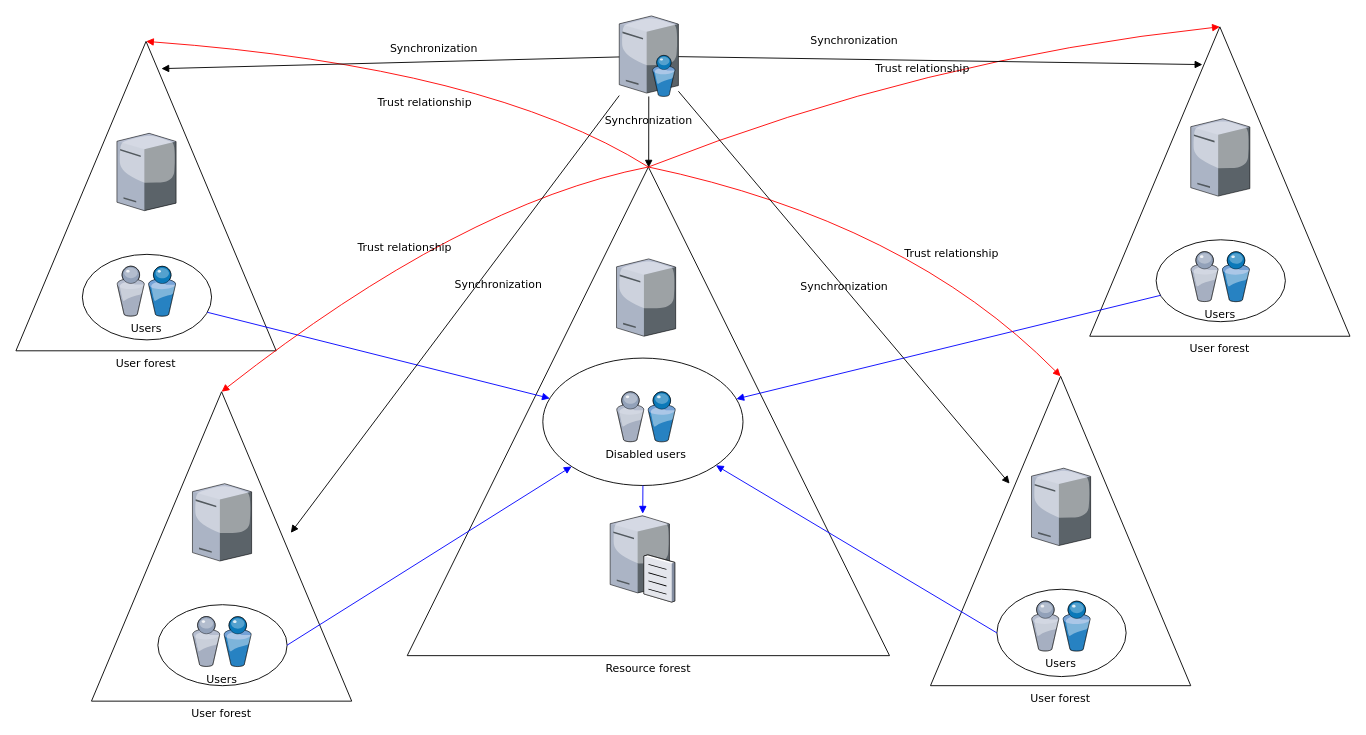
Before: Untitled Diagram.drawio in 51sec/draw, a draw.io diagram. Source tidied: cells renumbered, new cells numbered last; positions are measured from the earlier drawing's top-left corner, leaving out a move shared by most shapes. Both pictures are drawn from the tidied source at 91%, with x=0, y=0 at pixel (15, 15).
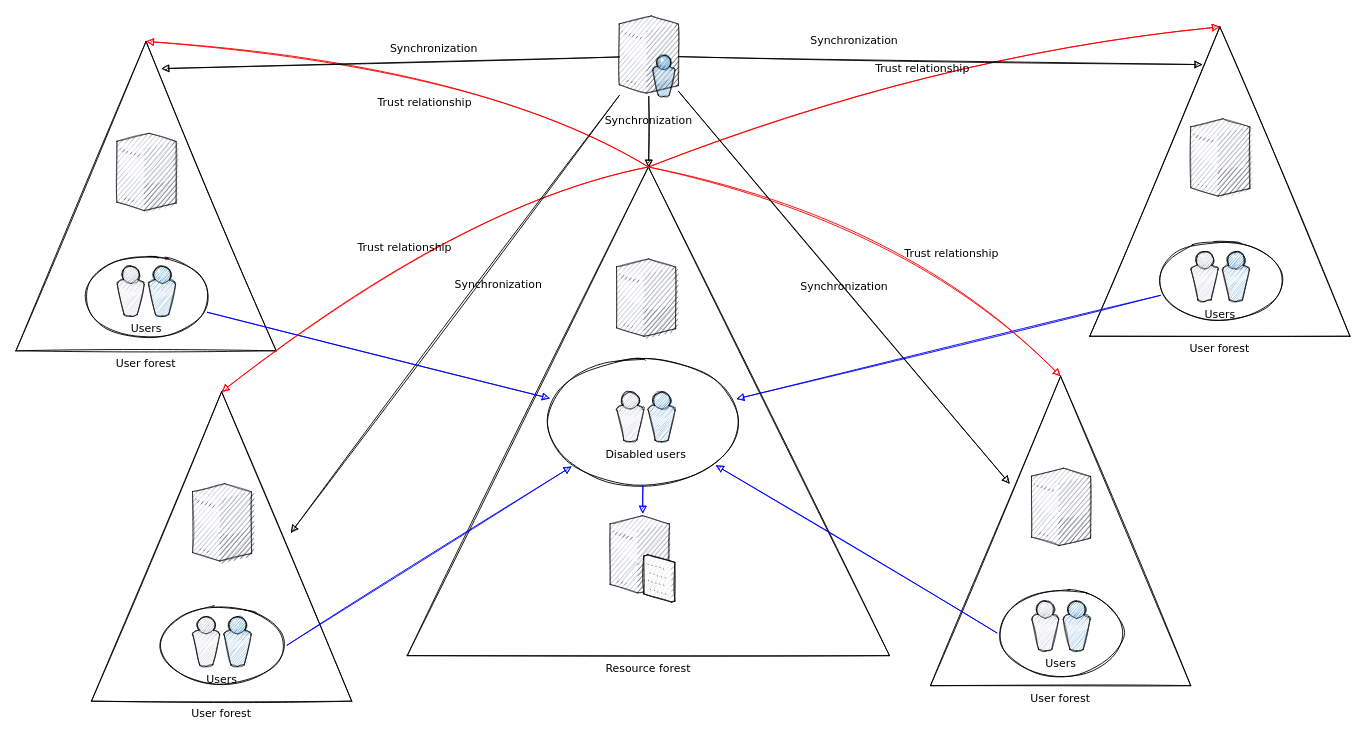
The same page after the edit.

Commit message:
Sketch Network Diagram

What changed in the source:
```diff
@@
-    <mxCell id="2" value="Resource forest" style="triangle;whiteSpace=wrap;html=1;rounded=0;shadow=0;comic=0;strokeWidth=1;fontFamily=Verdana;direction=north;labelPosition=center;verticalLabelPosition=bottom;align=center;verticalAlign=top;" parent="1" vertex="1">
+    <mxCell id="2" value="Resource forest" style="triangle;whiteSpace=wrap;html=1;rounded=0;shadow=0;comic=0;strokeWidth=1;fontFamily=Verdana;direction=north;labelPosition=center;verticalLabelPosition=bottom;align=center;verticalAlign=top;sketch=1;" parent="1" vertex="1">
       <mxGeometry x="430" y="166" width="530" height="537" as="geometry" />
     </mxCell>
-    <mxCell id="3" value="User forest" style="triangle;whiteSpace=wrap;html=1;rounded=0;shadow=0;comic=0;strokeWidth=1;fontFamily=Verdana;direction=north;labelPosition=center;verticalLabelPosition=bottom;align=center;verticalAlign=top;" parent="1" vertex="1">
+    <mxCell id="3" value="User forest" style="triangle;whiteSpace=wrap;html=1;rounded=0;shadow=0;comic=0;strokeWidth=1;fontFamily=Verdana;direction=north;labelPosition=center;verticalLabelPosition=bottom;align=center;verticalAlign=top;sketch=1;" parent="1" vertex="1">
       <mxGeometry y="28" width="286" height="340" as="geometry" />
     </mxCell>
-    <mxCell id="4" style="ellipse;whiteSpace=wrap;html=1;rounded=0;shadow=0;comic=0;strokeWidth=1;fontFamily=Verdana;" parent="1" vertex="1">
+    <mxCell id="4" style="ellipse;whiteSpace=wrap;html=1;rounded=0;shadow=0;comic=0;strokeWidth=1;fontFamily=Verdana;sketch=1;" parent="1" vertex="1">
       <mxGeometry x="73" y="262" width="142" height="94" as="geometry" />
     </mxCell>
-    <mxCell id="5" style="verticalLabelPosition=bottom;html=1;verticalAlign=top;strokeColor=none;shape=mxgraph.citrix.directory_server;rounded=0;shadow=0;comic=0;fontFamily=Verdana;" parent="1" vertex="1">
+    <mxCell id="5" style="verticalLabelPosition=bottom;html=1;verticalAlign=top;strokeColor=none;shape=mxgraph.citrix.directory_server;rounded=0;shadow=0;comic=0;fontFamily=Verdana;sketch=1;" parent="1" vertex="1">
       <mxGeometry x="663" width="65" height="88.5" as="geometry" />
     </mxCell>
-    <mxCell id="6" style="verticalLabelPosition=bottom;html=1;verticalAlign=top;strokeColor=none;shape=mxgraph.citrix.file_server;rounded=0;shadow=0;comic=0;fontFamily=Verdana;" parent="1" vertex="1">
+    <mxCell id="6" style="verticalLabelPosition=bottom;html=1;verticalAlign=top;strokeColor=none;shape=mxgraph.citrix.file_server;rounded=0;shadow=0;comic=0;fontFamily=Verdana;sketch=1;" parent="1" vertex="1">
       <mxGeometry x="653" y="547" width="71" height="97" as="geometry" />
     </mxCell>
-    <mxCell id="7" value="Users" style="verticalLabelPosition=bottom;html=1;verticalAlign=top;strokeColor=none;shape=mxgraph.citrix.users;rounded=0;shadow=0;comic=0;fontFamily=Verdana;" parent="1" vertex="1">
+    <mxCell id="7" value="Users" style="verticalLabelPosition=bottom;html=1;verticalAlign=top;strokeColor=none;shape=mxgraph.citrix.users;rounded=0;shadow=0;comic=0;fontFamily=Verdana;sketch=1;" parent="1" vertex="1">
       <mxGeometry x="111" y="275" width="64.5" height="55" as="geometry" />
     </mxCell>
-    <mxCell id="8" style="verticalLabelPosition=bottom;html=1;verticalAlign=top;strokeColor=none;shape=mxgraph.citrix.tower_server;rounded=0;shadow=0;comic=0;fontFamily=Verdana;" parent="1" vertex="1">
+    <mxCell id="8" style="verticalLabelPosition=bottom;html=1;verticalAlign=top;strokeColor=none;shape=mxgraph.citrix.tower_server;rounded=0;shadow=0;comic=0;fontFamily=Verdana;sketch=1;" parent="1" vertex="1">
       <mxGeometry x="111" y="129" width="65" height="85" as="geometry" />
     </mxCell>
-    <mxCell id="9" style="ellipse;whiteSpace=wrap;html=1;rounded=0;shadow=0;comic=0;strokeWidth=1;fontFamily=Verdana;" parent="1" vertex="1">
+    <mxCell id="9" style="ellipse;whiteSpace=wrap;html=1;rounded=0;shadow=0;comic=0;strokeWidth=1;fontFamily=Verdana;sketch=1;" parent="1" vertex="1">
       <mxGeometry x="579" y="376" width="220" height="140" as="geometry" />
     </mxCell>
-    <mxCell id="10" value="Disabled users" style="verticalLabelPosition=bottom;html=1;verticalAlign=top;strokeColor=none;shape=mxgraph.citrix.users;rounded=0;shadow=0;comic=0;fontFamily=Verdana;" parent="1" vertex="1">
+    <mxCell id="10" value="Disabled users" style="verticalLabelPosition=bottom;html=1;verticalAlign=top;strokeColor=none;shape=mxgraph.citrix.users;rounded=0;shadow=0;comic=0;fontFamily=Verdana;sketch=1;" parent="1" vertex="1">
       <mxGeometry x="660" y="413" width="64.5" height="55" as="geometry" />
     </mxCell>
-    <mxCell id="11" style="verticalLabelPosition=bottom;html=1;verticalAlign=top;strokeColor=none;shape=mxgraph.citrix.tower_server;rounded=0;shadow=0;comic=0;fontFamily=Verdana;" parent="1" vertex="1">
+    <mxCell id="11" style="verticalLabelPosition=bottom;html=1;verticalAlign=top;strokeColor=none;shape=mxgraph.citrix.tower_server;rounded=0;shadow=0;comic=0;fontFamily=Verdana;sketch=1;" parent="1" vertex="1">
       <mxGeometry x="660" y="267" width="65" height="85" as="geometry" />
     </mxCell>
-    <mxCell id="12" value="User forest" style="triangle;whiteSpace=wrap;html=1;rounded=0;shadow=0;comic=0;strokeWidth=1;fontFamily=Verdana;direction=north;labelPosition=center;verticalLabelPosition=bottom;align=center;verticalAlign=top;" parent="1" vertex="1">
+    <mxCell id="12" value="User forest" style="triangle;whiteSpace=wrap;html=1;rounded=0;shadow=0;comic=0;strokeWidth=1;fontFamily=Verdana;direction=north;labelPosition=center;verticalLabelPosition=bottom;align=center;verticalAlign=top;sketch=1;" parent="1" vertex="1">
       <mxGeometry x="1180" y="12" width="286" height="340" as="geometry" />
     </mxCell>
-    <mxCell id="13" style="ellipse;whiteSpace=wrap;html=1;rounded=0;shadow=0;comic=0;strokeWidth=1;fontFamily=Verdana;" parent="1" vertex="1">
+    <mxCell id="13" style="ellipse;whiteSpace=wrap;html=1;rounded=0;shadow=0;comic=0;strokeWidth=1;fontFamily=Verdana;sketch=1;" parent="1" vertex="1">
       <mxGeometry x="1253" y="246" width="142" height="90" as="geometry" />
     </mxCell>
-    <mxCell id="14" value="Users" style="verticalLabelPosition=bottom;html=1;verticalAlign=top;strokeColor=none;shape=mxgraph.citrix.users;rounded=0;shadow=0;comic=0;fontFamily=Verdana;" parent="1" vertex="1">
+    <mxCell id="14" value="Users" style="verticalLabelPosition=bottom;html=1;verticalAlign=top;strokeColor=none;shape=mxgraph.citrix.users;rounded=0;shadow=0;comic=0;fontFamily=Verdana;sketch=1;" parent="1" vertex="1">
       <mxGeometry x="1291" y="259" width="64.5" height="55" as="geometry" />
     </mxCell>
-    <mxCell id="15" style="verticalLabelPosition=bottom;html=1;verticalAlign=top;strokeColor=none;shape=mxgraph.citrix.tower_server;rounded=0;shadow=0;comic=0;fontFamily=Verdana;" parent="1" vertex="1">
+    <mxCell id="15" style="verticalLabelPosition=bottom;html=1;verticalAlign=top;strokeColor=none;shape=mxgraph.citrix.tower_server;rounded=0;shadow=0;comic=0;fontFamily=Verdana;sketch=1;" parent="1" vertex="1">
       <mxGeometry x="1291" y="113" width="65" height="85" as="geometry" />
     </mxCell>
-    <mxCell id="16" style="rounded=0;html=1;labelBackgroundColor=none;startArrow=none;startFill=0;endArrow=block;endFill=1;strokeColor=#0000FF;strokeWidth=1;fontFamily=Verdana;fontSize=12;" parent="1" edge="1" source="13" target="9">
+    <mxCell id="16" style="rounded=0;html=1;labelBackgroundColor=none;startArrow=none;startFill=0;endArrow=block;endFill=1;strokeColor=#0000FF;strokeWidth=1;fontFamily=Verdana;fontSize=12;sketch=1;" parent="1" edge="1" source="13" target="9">
       <mxGeometry relative="1" as="geometry" />
     </mxCell>
-    <mxCell id="17" style="rounded=0;html=1;labelBackgroundColor=none;startArrow=none;startFill=0;endArrow=block;endFill=1;strokeColor=#0000FF;strokeWidth=1;fontFamily=Verdana;fontSize=12;" parent="1" edge="1" source="4" target="9">
+    <mxCell id="17" style="rounded=0;html=1;labelBackgroundColor=none;startArrow=none;startFill=0;endArrow=block;endFill=1;strokeColor=#0000FF;strokeWidth=1;fontFamily=Verdana;fontSize=12;sketch=1;" parent="1" edge="1" source="4" target="9">
       <mxGeometry relative="1" as="geometry" />
     </mxCell>
-    <mxCell id="18" style="edgeStyle=none;rounded=0;html=1;exitX=0.5;exitY=1;labelBackgroundColor=none;startArrow=none;startFill=0;endArrow=block;endFill=1;strokeColor=#0000FF;strokeWidth=1;fontFamily=Verdana;fontSize=12;fontColor=#000000;" parent="1" edge="1" source="9" target="6">
+    <mxCell id="18" style="edgeStyle=none;rounded=0;html=1;exitX=0.5;exitY=1;labelBackgroundColor=none;startArrow=none;startFill=0;endArrow=block;endFill=1;strokeColor=#0000FF;strokeWidth=1;fontFamily=Verdana;fontSize=12;fontColor=#000000;sketch=1;" parent="1" edge="1" source="9" target="6">
       <mxGeometry relative="1" as="geometry" />
     </mxCell>
-    <mxCell id="19" value="Trust relationship" style="html=1;labelBackgroundColor=none;startArrow=none;startFill=0;endArrow=block;endFill=1;strokeColor=#FF0000;strokeWidth=1;fontFamily=Verdana;fontSize=12;entryX=1;entryY=0.5;curved=1;" parent="1" edge="1" target="12">
+    <mxCell id="19" value="Trust relationship" style="html=1;labelBackgroundColor=none;startArrow=none;startFill=0;endArrow=block;endFill=1;strokeColor=#FF0000;strokeWidth=1;fontFamily=Verdana;fontSize=12;entryX=1;entryY=0.5;curved=1;sketch=1;" parent="1" edge="1" target="12">
       <mxGeometry x="-0.02" y="-10" relative="1" as="geometry">
         <mxPoint x="695" y="166" as="sourcePoint" />
         <Array as="points">
           <mxPoint x="1000" y="46" />
         </Array>
       </mxGeometry>
     </mxCell>
-    <mxCell id="20" value="Trust relationship" style="html=1;entryX=1;entryY=0.5;labelBackgroundColor=none;startArrow=none;startFill=0;endArrow=block;endFill=1;strokeColor=#FF0000;strokeWidth=1;fontFamily=Verdana;fontSize=12;curved=1;" parent="1" edge="1" target="3">
+    <mxCell id="20" value="Trust relationship" style="html=1;entryX=1;entryY=0.5;labelBackgroundColor=none;startArrow=none;startFill=0;endArrow=block;endFill=1;strokeColor=#FF0000;strokeWidth=1;fontFamily=Verdana;fontSize=12;curved=1;sketch=1;" parent="1" edge="1" target="3">
       <mxGeometry x="-0.06" y="45" relative="1" as="geometry">
         <mxPoint x="695" y="166" as="sourcePoint" />
         <Array as="points">
           <mxPoint x="520" y="56" />
         </Array>
       </mxGeometry>
     </mxCell>
-    <mxCell id="21" value="Synchronization" style="rounded=0;html=1;entryX=0.878;entryY=0.433;entryPerimeter=0;labelBackgroundColor=none;startArrow=none;startFill=0;endArrow=block;endFill=1;strokeWidth=1;fontFamily=Verdana;fontSize=12;" parent="1" edge="1" source="5" target="12">
+    <mxCell id="21" value="Synchronization" style="rounded=0;html=1;entryX=0.878;entryY=0.433;entryPerimeter=0;labelBackgroundColor=none;startArrow=none;startFill=0;endArrow=block;endFill=1;strokeWidth=1;fontFamily=Verdana;fontSize=12;sketch=1;" parent="1" edge="1" source="5" target="12">
       <mxGeometry x="-0.33" y="21" relative="1" as="geometry" />
     </mxCell>
-    <mxCell id="22" value="Synchronization" style="edgeStyle=none;rounded=0;html=1;labelBackgroundColor=none;startArrow=none;startFill=0;endArrow=block;endFill=1;strokeWidth=1;fontFamily=Verdana;fontSize=12;" parent="1" edge="1" source="5" target="2">
+    <mxCell id="22" value="Synchronization" style="edgeStyle=none;rounded=0;html=1;labelBackgroundColor=none;startArrow=none;startFill=0;endArrow=block;endFill=1;strokeWidth=1;fontFamily=Verdana;fontSize=12;sketch=1;" parent="1" edge="1" source="5" target="2">
       <mxGeometry x="-0.3" relative="1" as="geometry" />
     </mxCell>
-    <mxCell id="23" value="Synchronization" style="edgeStyle=none;rounded=0;html=1;entryX=0.912;entryY=0.559;entryPerimeter=0;labelBackgroundColor=none;startArrow=none;startFill=0;endArrow=block;endFill=1;strokeWidth=1;fontFamily=Verdana;fontSize=12;" parent="1" edge="1" source="5" target="3">
+    <mxCell id="23" value="Synchronization" style="edgeStyle=none;rounded=0;html=1;entryX=0.912;entryY=0.559;entryPerimeter=0;labelBackgroundColor=none;startArrow=none;startFill=0;endArrow=block;endFill=1;strokeWidth=1;fontFamily=Verdana;fontSize=12;sketch=1;" parent="1" edge="1" source="5" target="3">
       <mxGeometry x="-0.19" y="-14" relative="1" as="geometry" />
     </mxCell>
-    <mxCell id="24" value="User forest" style="triangle;whiteSpace=wrap;html=1;rounded=0;shadow=0;comic=0;strokeWidth=1;fontFamily=Verdana;direction=north;labelPosition=center;verticalLabelPosition=bottom;align=center;verticalAlign=top;" parent="1" vertex="1">
+    <mxCell id="24" value="User forest" style="triangle;whiteSpace=wrap;html=1;rounded=0;shadow=0;comic=0;strokeWidth=1;fontFamily=Verdana;direction=north;labelPosition=center;verticalLabelPosition=bottom;align=center;verticalAlign=top;sketch=1;" parent="1" vertex="1">
       <mxGeometry x="83" y="413" width="286" height="340" as="geometry" />
     </mxCell>
-    <mxCell id="25" style="ellipse;whiteSpace=wrap;html=1;rounded=0;shadow=0;comic=0;strokeWidth=1;fontFamily=Verdana;" parent="1" vertex="1">
+    <mxCell id="25" style="ellipse;whiteSpace=wrap;html=1;rounded=0;shadow=0;comic=0;strokeWidth=1;fontFamily=Verdana;sketch=1;" parent="1" vertex="1">
       <mxGeometry x="156" y="647" width="142" height="89" as="geometry" />
     </mxCell>
-    <mxCell id="26" value="Users" style="verticalLabelPosition=bottom;html=1;verticalAlign=top;strokeColor=none;shape=mxgraph.citrix.users;rounded=0;shadow=0;comic=0;fontFamily=Verdana;" parent="1" vertex="1">
+    <mxCell id="26" value="Users" style="verticalLabelPosition=bottom;html=1;verticalAlign=top;strokeColor=none;shape=mxgraph.citrix.users;rounded=0;shadow=0;comic=0;fontFamily=Verdana;sketch=1;" parent="1" vertex="1">
       <mxGeometry x="194" y="660" width="64.5" height="55" as="geometry" />
     </mxCell>
-    <mxCell id="27" style="verticalLabelPosition=bottom;html=1;verticalAlign=top;strokeColor=none;shape=mxgraph.citrix.tower_server;rounded=0;shadow=0;comic=0;fontFamily=Verdana;" parent="1" vertex="1">
+    <mxCell id="27" style="verticalLabelPosition=bottom;html=1;verticalAlign=top;strokeColor=none;shape=mxgraph.citrix.tower_server;rounded=0;shadow=0;comic=0;fontFamily=Verdana;sketch=1;" parent="1" vertex="1">
       <mxGeometry x="194" y="514" width="65" height="85" as="geometry" />
     </mxCell>
-    <mxCell id="28" value="User forest" style="triangle;whiteSpace=wrap;html=1;rounded=0;shadow=0;comic=0;strokeWidth=1;fontFamily=Verdana;direction=north;labelPosition=center;verticalLabelPosition=bottom;align=center;verticalAlign=top;" parent="1" vertex="1">
+    <mxCell id="28" value="User forest" style="triangle;whiteSpace=wrap;html=1;rounded=0;shadow=0;comic=0;strokeWidth=1;fontFamily=Verdana;direction=north;labelPosition=center;verticalLabelPosition=bottom;align=center;verticalAlign=top;sketch=1;" parent="1" vertex="1">
       <mxGeometry x="1005" y="396" width="286" height="340" as="geometry" />
     </mxCell>
-    <mxCell id="29" style="ellipse;whiteSpace=wrap;html=1;rounded=0;shadow=0;comic=0;strokeWidth=1;fontFamily=Verdana;" parent="1" vertex="1">
+    <mxCell id="29" style="ellipse;whiteSpace=wrap;html=1;rounded=0;shadow=0;comic=0;strokeWidth=1;fontFamily=Verdana;sketch=1;" parent="1" vertex="1">
       <mxGeometry x="1078" y="630" width="142" height="96" as="geometry" />
     </mxCell>
-    <mxCell id="30" value="Users" style="verticalLabelPosition=bottom;html=1;verticalAlign=top;strokeColor=none;shape=mxgraph.citrix.users;rounded=0;shadow=0;comic=0;fontFamily=Verdana;" parent="1" vertex="1">
+    <mxCell id="30" value="Users" style="verticalLabelPosition=bottom;html=1;verticalAlign=top;strokeColor=none;shape=mxgraph.citrix.users;rounded=0;shadow=0;comic=0;fontFamily=Verdana;sketch=1;" parent="1" vertex="1">
       <mxGeometry x="1116" y="643" width="64.5" height="55" as="geometry" />
     </mxCell>
-    <mxCell id="31" style="verticalLabelPosition=bottom;html=1;verticalAlign=top;strokeColor=none;shape=mxgraph.citrix.tower_server;rounded=0;shadow=0;comic=0;fontFamily=Verdana;" parent="1" vertex="1">
+    <mxCell id="31" style="verticalLabelPosition=bottom;html=1;verticalAlign=top;strokeColor=none;shape=mxgraph.citrix.tower_server;rounded=0;shadow=0;comic=0;fontFamily=Verdana;sketch=1;" parent="1" vertex="1">
       <mxGeometry x="1116" y="497" width="65" height="85" as="geometry" />
     </mxCell>
-    <mxCell id="32" style="edgeStyle=none;rounded=0;html=1;exitX=1;exitY=0.5;labelBackgroundColor=none;startFill=0;endArrow=block;endFill=1;strokeColor=#0000FF;strokeWidth=1;fontFamily=Verdana;fontSize=12;" parent="1" edge="1" source="25" target="9">
+    <mxCell id="32" style="edgeStyle=none;rounded=0;html=1;exitX=1;exitY=0.5;labelBackgroundColor=none;startFill=0;endArrow=block;endFill=1;strokeColor=#0000FF;strokeWidth=1;fontFamily=Verdana;fontSize=12;sketch=1;" parent="1" edge="1" source="25" target="9">
       <mxGeometry relative="1" as="geometry" />
     </mxCell>
-    <mxCell id="33" style="edgeStyle=none;rounded=0;html=1;exitX=0;exitY=0.5;labelBackgroundColor=none;startFill=0;endArrow=block;endFill=1;strokeColor=#0000FF;strokeWidth=1;fontFamily=Verdana;fontSize=12;" parent="1" edge="1" source="29" target="9">
+    <mxCell id="33" style="edgeStyle=none;rounded=0;html=1;exitX=0;exitY=0.5;labelBackgroundColor=none;startFill=0;endArrow=block;endFill=1;strokeColor=#0000FF;strokeWidth=1;fontFamily=Verdana;fontSize=12;sketch=1;" parent="1" edge="1" source="29" target="9">
       <mxGeometry relative="1" as="geometry" />
     </mxCell>
-    <mxCell id="34" value="Trust relationship" style="html=1;exitX=1;exitY=0.5;labelBackgroundColor=none;startFill=0;endArrow=block;endFill=1;strokeColor=#FF0000;strokeWidth=1;fontFamily=Verdana;fontSize=12;entryX=1;entryY=0.5;curved=1;" parent="1" edge="1" source="2" target="24">
+    <mxCell id="34" value="Trust relationship" style="html=1;exitX=1;exitY=0.5;labelBackgroundColor=none;startFill=0;endArrow=block;endFill=1;strokeColor=#FF0000;strokeWidth=1;fontFamily=Verdana;fontSize=12;entryX=1;entryY=0.5;curved=1;sketch=1;" parent="1" edge="1" source="2" target="24">
       <mxGeometry x="0.06" relative="1" as="geometry">
         <Array as="points">
           <mxPoint x="490" y="206" />
         </Array>
       </mxGeometry>
     </mxCell>
-    <mxCell id="35" value="Trust relationship" style="html=1;exitX=1;exitY=0.5;entryX=1;entryY=0.5;labelBackgroundColor=none;startFill=0;endArrow=block;endFill=1;strokeColor=#FF0000;strokeWidth=1;fontFamily=Verdana;fontSize=12;curved=1;" parent="1" edge="1" source="2" target="28">
+    <mxCell id="35" value="Trust relationship" style="html=1;exitX=1;exitY=0.5;entryX=1;entryY=0.5;labelBackgroundColor=none;startFill=0;endArrow=block;endFill=1;strokeColor=#FF0000;strokeWidth=1;fontFamily=Verdana;fontSize=12;curved=1;sketch=1;" parent="1" edge="1" source="2" target="28">
       <mxGeometry x="0.32" y="10" relative="1" as="geometry">
         <Array as="points">
           <mxPoint x="980" y="226" />
         </Array>
       </mxGeometry>
     </mxCell>
-    <mxCell id="36" value="Synchronization" style="edgeStyle=none;rounded=0;html=1;entryX=0.653;entryY=0.304;entryPerimeter=0;labelBackgroundColor=none;startFill=0;endArrow=block;endFill=1;strokeWidth=1;fontFamily=Verdana;fontSize=12;" parent="1" edge="1" source="5" target="28">
+    <mxCell id="36" value="Synchronization" style="edgeStyle=none;rounded=0;html=1;entryX=0.653;entryY=0.304;entryPerimeter=0;labelBackgroundColor=none;startFill=0;endArrow=block;endFill=1;strokeWidth=1;fontFamily=Verdana;fontSize=12;sketch=1;" parent="1" edge="1" source="5" target="28">
       <mxGeometry relative="1" as="geometry" />
     </mxCell>
-    <mxCell id="37" value="Synchronization" style="edgeStyle=none;rounded=0;html=1;entryX=0.544;entryY=0.766;entryPerimeter=0;labelBackgroundColor=none;startFill=0;endArrow=block;endFill=1;strokeWidth=1;fontFamily=Verdana;fontSize=12;" parent="1" edge="1" source="5" target="24">
+    <mxCell id="37" value="Synchronization" style="edgeStyle=none;rounded=0;html=1;entryX=0.544;entryY=0.766;entryPerimeter=0;labelBackgroundColor=none;startFill=0;endArrow=block;endFill=1;strokeWidth=1;fontFamily=Verdana;fontSize=12;sketch=1;" parent="1" edge="1" source="5" target="24">
       <mxGeometry x="-0.18" y="19" relative="1" as="geometry" />
     </mxCell>
```
